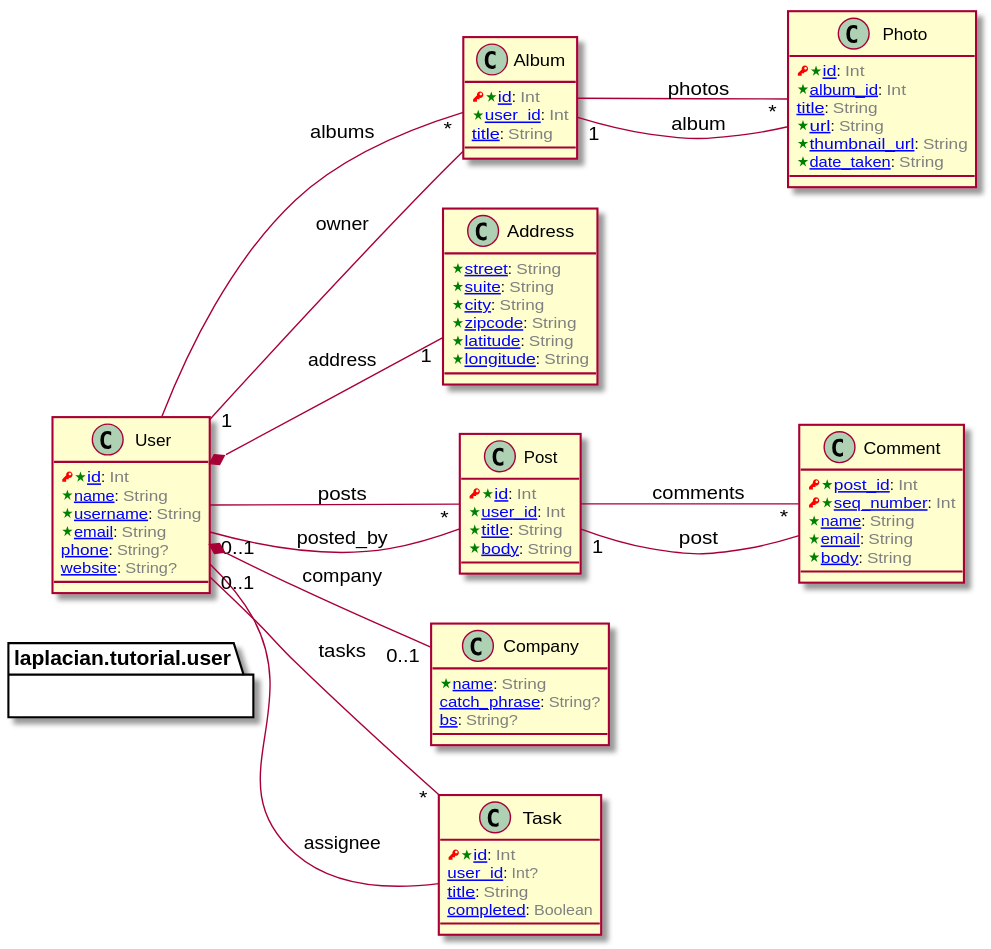
The PlantUML diagram subprojects/domain-model/doc/image/model-diagram.svg in laplacian-tutorial/generated-project, before a commit. The source it was exported from:
```plantuml
@startuml
left to right direction


class Address [[/blob/master/doc/entities/Address.md]] {
  <color:Green><&star></color>[[/blob/master/doc/entities/Address.md#street-string street]]: <color:GRAY>String</color>
  <color:Green><&star></color>[[/blob/master/doc/entities/Address.md#suite-string suite]]: <color:GRAY>String</color>
  <color:Green><&star></color>[[/blob/master/doc/entities/Address.md#city-string city]]: <color:GRAY>String</color>
  <color:Green><&star></color>[[/blob/master/doc/entities/Address.md#zipcode-string zipcode]]: <color:GRAY>String</color>
  <color:Green><&star></color>[[/blob/master/doc/entities/Address.md#latitude-string latitude]]: <color:GRAY>String</color>
  <color:Green><&star></color>[[/blob/master/doc/entities/Address.md#longitude-string longitude]]: <color:GRAY>String</color>
}




class Album [[/blob/master/doc/entities/Album.md]] {
  <color:RED><&key></color><color:Green><&star></color>[[/blob/master/doc/entities/Album.md#id-int id]]: <color:GRAY>Int</color>
  <color:Green><&star></color>[[/blob/master/doc/entities/Album.md#user_id-int user_id]]: <color:GRAY>Int</color>
  [[/blob/master/doc/entities/Album.md#title-string title]]: <color:GRAY>String</color>
}






Album -- "1" User : owner






Album -- "*" Photo : photos




class Comment [[/blob/master/doc/entities/Comment.md]] {
  <color:RED><&key></color><color:Green><&star></color>[[/blob/master/doc/entities/Comment.md#post_id-int post_id]]: <color:GRAY>Int</color>
  <color:RED><&key></color><color:Green><&star></color>[[/blob/master/doc/entities/Comment.md#seq_number-int seq_number]]: <color:GRAY>Int</color>
  <color:Green><&star></color>[[/blob/master/doc/entities/Comment.md#name-string name]]: <color:GRAY>String</color>
  <color:Green><&star></color>[[/blob/master/doc/entities/Comment.md#email-string email]]: <color:GRAY>String</color>
  <color:Green><&star></color>[[/blob/master/doc/entities/Comment.md#body-string body]]: <color:GRAY>String</color>
}






Comment -- "1" Post : post




class Company [[/blob/master/doc/entities/Company.md]] {
  <color:Green><&star></color>[[/blob/master/doc/entities/Company.md#name-string name]]: <color:GRAY>String</color>
  [[/blob/master/doc/entities/Company.md#catch_phrase-string catch_phrase]]: <color:GRAY>String?</color>
  [[/blob/master/doc/entities/Company.md#bs-string bs]]: <color:GRAY>String?</color>
}




class Photo [[/blob/master/doc/entities/Photo.md]] {
  <color:RED><&key></color><color:Green><&star></color>[[/blob/master/doc/entities/Photo.md#id-int id]]: <color:GRAY>Int</color>
  <color:Green><&star></color>[[/blob/master/doc/entities/Photo.md#album_id-int album_id]]: <color:GRAY>Int</color>
  [[/blob/master/doc/entities/Photo.md#title-string title]]: <color:GRAY>String</color>
  <color:Green><&star></color>[[/blob/master/doc/entities/Photo.md#url-string url]]: <color:GRAY>String</color>
  <color:Green><&star></color>[[/blob/master/doc/entities/Photo.md#thumbnailUrl-string thumbnail_url]]: <color:GRAY>String</color>
  <color:Green><&star></color>[[/blob/master/doc/entities/Photo.md#date_taken-string date_taken]]: <color:GRAY>String</color>
}






Photo -- "1" Album : album




class Post [[/blob/master/doc/entities/Post.md]] {
  <color:RED><&key></color><color:Green><&star></color>[[/blob/master/doc/entities/Post.md#id-int id]]: <color:GRAY>Int</color>
  <color:Green><&star></color>[[/blob/master/doc/entities/Post.md#user_id-int user_id]]: <color:GRAY>Int</color>
  <color:Green><&star></color>[[/blob/master/doc/entities/Post.md#title-string title]]: <color:GRAY>String</color>
  <color:Green><&star></color>[[/blob/master/doc/entities/Post.md#body-string body]]: <color:GRAY>String</color>
}






Post -- "0..1" User : posted_by






Post -- "*" Comment : comments




class Task [[/blob/master/doc/entities/Task.md]] {
  <color:RED><&key></color><color:Green><&star></color>[[/blob/master/doc/entities/Task.md#id-int id]]: <color:GRAY>Int</color>
  [[/blob/master/doc/entities/Task.md#user_id-int user_id]]: <color:GRAY>Int?</color>
  [[/blob/master/doc/entities/Task.md#title-string title]]: <color:GRAY>String</color>
  [[/blob/master/doc/entities/Task.md#completed-boolean completed]]: <color:GRAY>Boolean</color>
}






Task -- "0..1" User : assignee




class User [[/blob/master/doc/entities/User.md]] {
  <color:RED><&key></color><color:Green><&star></color>[[/blob/master/doc/entities/User.md#id-int id]]: <color:GRAY>Int</color>
  <color:Green><&star></color>[[/blob/master/doc/entities/User.md#name-string name]]: <color:GRAY>String</color>
  <color:Green><&star></color>[[/blob/master/doc/entities/User.md#username-string username]]: <color:GRAY>String</color>
  <color:Green><&star></color>[[/blob/master/doc/entities/User.md#email-string email]]: <color:GRAY>String</color>
  [[/blob/master/doc/entities/User.md#phone-string phone]]: <color:GRAY>String?</color>
  [[/blob/master/doc/entities/User.md#website-string website]]: <color:GRAY>String?</color>
}





package laplacian.tutorial.user {
  class Address {
  }
}


User *-- "1" Address : address





package laplacian.tutorial.user {
  class Company {
  }
}


User *-- "0..1" Company : company






User -- "*" Task : tasks






User -- "*" Album : albums






User -- "*" Post : posts



@enduml
```
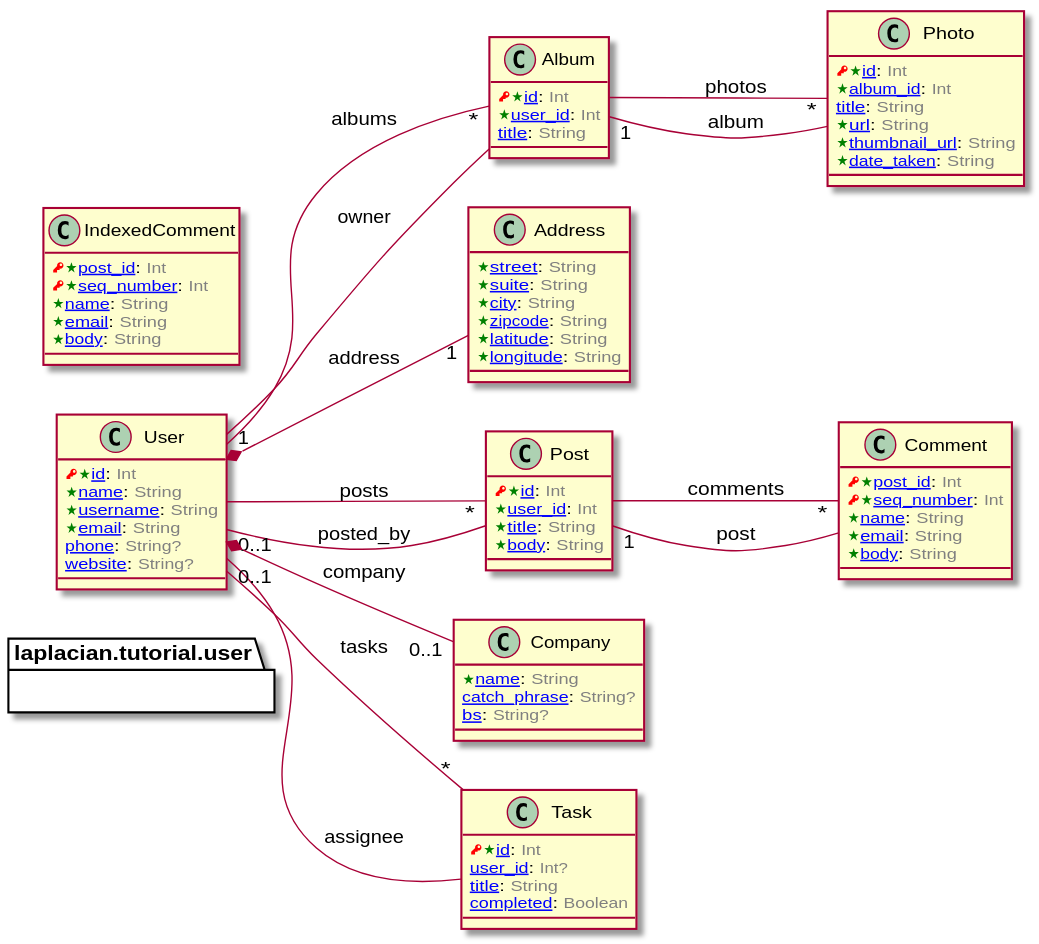
Later version of the same file.

The edit, as a diff of the source:
```diff
@@ -51,6 +51,17 @@
 
 
 Comment -- "1" Post : post
+
+
+
+
+class IndexedComment [[/blob/master/doc/entities/IndexedComment.md]] {
+  <color:RED><&key></color><color:Green><&star></color>[[/blob/master/doc/entities/IndexedComment.md#post_id-int post_id]]: <color:GRAY>Int</color>
+  <color:RED><&key></color><color:Green><&star></color>[[/blob/master/doc/entities/IndexedComment.md#seq_number-int seq_number]]: <color:GRAY>Int</color>
+  <color:Green><&star></color>[[/blob/master/doc/entities/IndexedComment.md#name-string name]]: <color:GRAY>String</color>
+  <color:Green><&star></color>[[/blob/master/doc/entities/IndexedComment.md#email-string email]]: <color:GRAY>String</color>
+  <color:Green><&star></color>[[/blob/master/doc/entities/IndexedComment.md#body-string body]]: <color:GRAY>String</color>
+}
 
 
 
```
